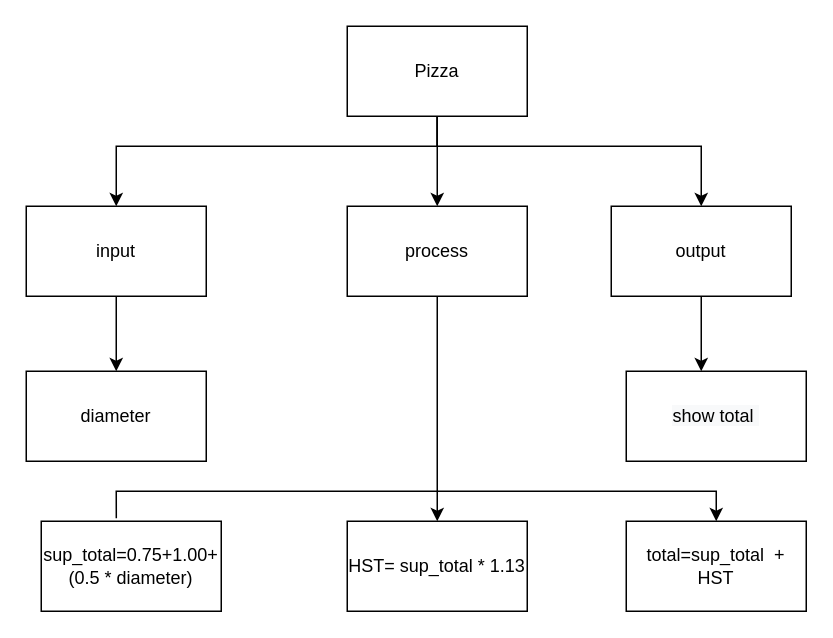
Earlier version of the draw.io diagram page "topdown" (1 of 2) of design.drawio (mohammedal-ess/ICS3U-Unit2-04-Python). Source tidied: cells renumbered, new cells numbered last; positions are measured from the earlier drawing's top-left corner, leaving out a move shared by most shapes. Both pictures are drawn from the tidied source at 150%, with x=0, y=0 at pixel (26, 26).
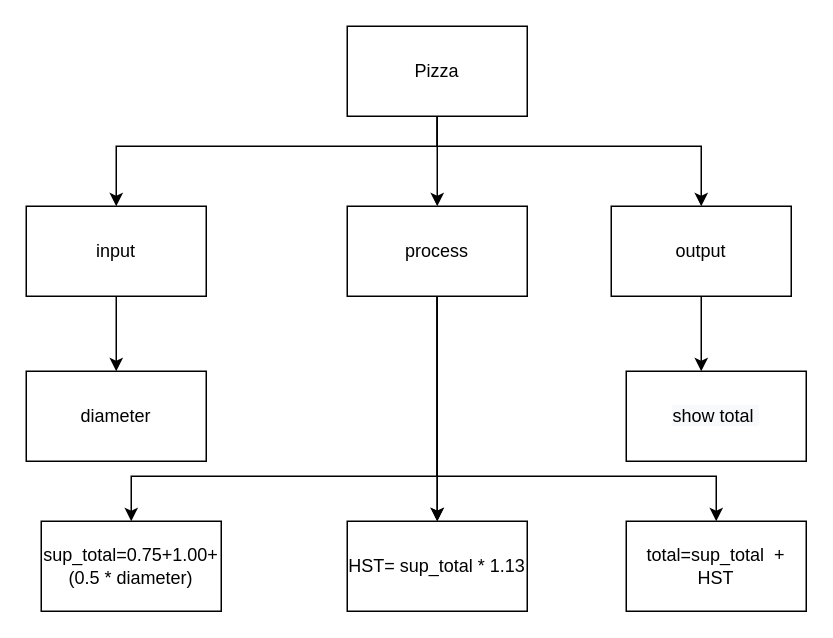
Above is the later version.

The change refers to these unchanged cells:
```xml
<mxCell id="9" value="process" style="rounded=0;whiteSpace=wrap;html=1;" parent="1" vertex="1">
  <mxGeometry x="214" y="120" width="120" height="60" as="geometry" />
</mxCell>
<mxCell id="16" value="sup_total=0.75+1.00+(0.5 * diameter)&lt;br&gt;" style="rounded=0;whiteSpace=wrap;html=1;" parent="1" vertex="1">
  <mxGeometry x="10" y="330" width="120" height="60" as="geometry" />
</mxCell>
<mxCell id="17" value="HST= sup_total * 1.13" style="rounded=0;whiteSpace=wrap;html=1;" parent="1" vertex="1">
  <mxGeometry x="214" y="330" width="120" height="60" as="geometry" />
</mxCell>
<mxCell id="18" value="total=sup_total&amp;nbsp; + HST" style="rounded=0;whiteSpace=wrap;html=1;" parent="1" vertex="1">
  <mxGeometry x="400" y="330" width="120" height="60" as="geometry" />
</mxCell>
```

The edit, as a diff of the source:
```diff
@@
+    <mxCell id="19" style="edgeStyle=orthogonalEdgeStyle;html=1;entryX=0.5;entryY=0;entryDx=0;entryDy=0;rounded=0;" parent="1" edge="1" source="9" target="16">
+      <mxGeometry relative="1" as="geometry">
+        <Array as="points">
+          <mxPoint x="274" y="300" />
+          <mxPoint x="70" y="300" />
+        </Array>
+      </mxGeometry>
+    </mxCell>
+    <mxCell id="20" style="edgeStyle=orthogonalEdgeStyle;rounded=0;html=1;" parent="1" edge="1" source="9" target="18">
+      <mxGeometry relative="1" as="geometry">
+        <Array as="points">
+          <mxPoint x="274" y="300" />
+          <mxPoint x="460" y="300" />
+        </Array>
+      </mxGeometry>
+    </mxCell>
+    <mxCell id="21" style="edgeStyle=orthogonalEdgeStyle;rounded=0;html=1;entryX=0.5;entryY=0;entryDx=0;entryDy=0;" parent="1" edge="1" source="9" target="17">
+      <mxGeometry relative="1" as="geometry" />
+    </mxCell>
@@
-    <mxCell id="15" style="edgeStyle=orthogonalEdgeStyle;rounded=0;html=1;entryX=0.5;entryY=0;entryDx=0;entryDy=0;exitX=0.417;exitY=-0.033;exitDx=0;exitDy=0;exitPerimeter=0;" parent="1" edge="1" source="16" target="18">
-      <mxGeometry relative="1" as="geometry">
-        <Array as="points">
-          <mxPoint x="60" y="310" />
-          <mxPoint x="460" y="310" />
-        </Array>
-      </mxGeometry>
-    </mxCell>
```
